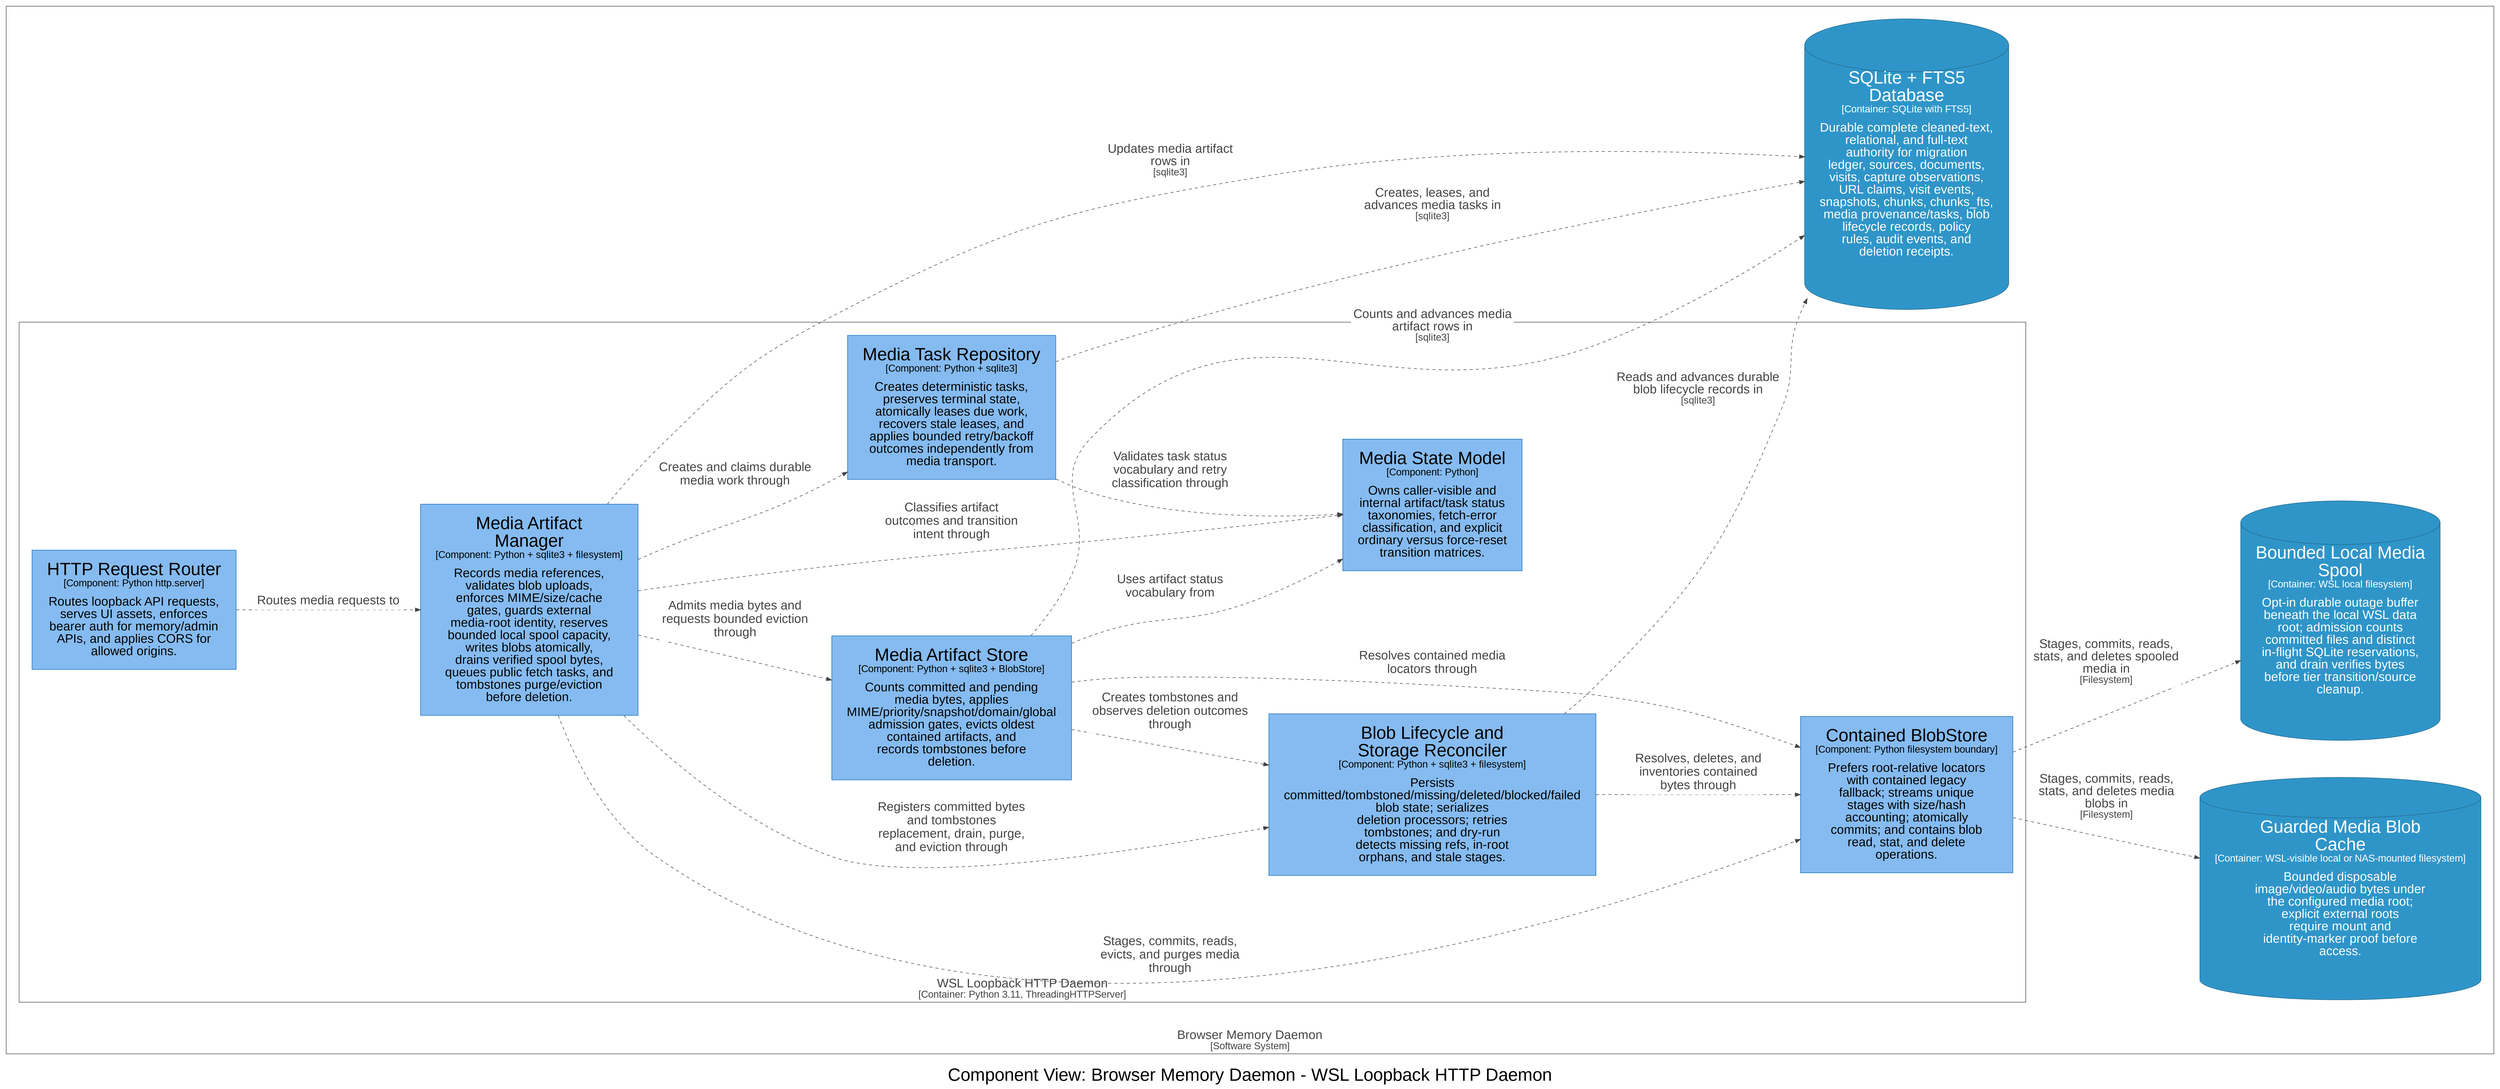
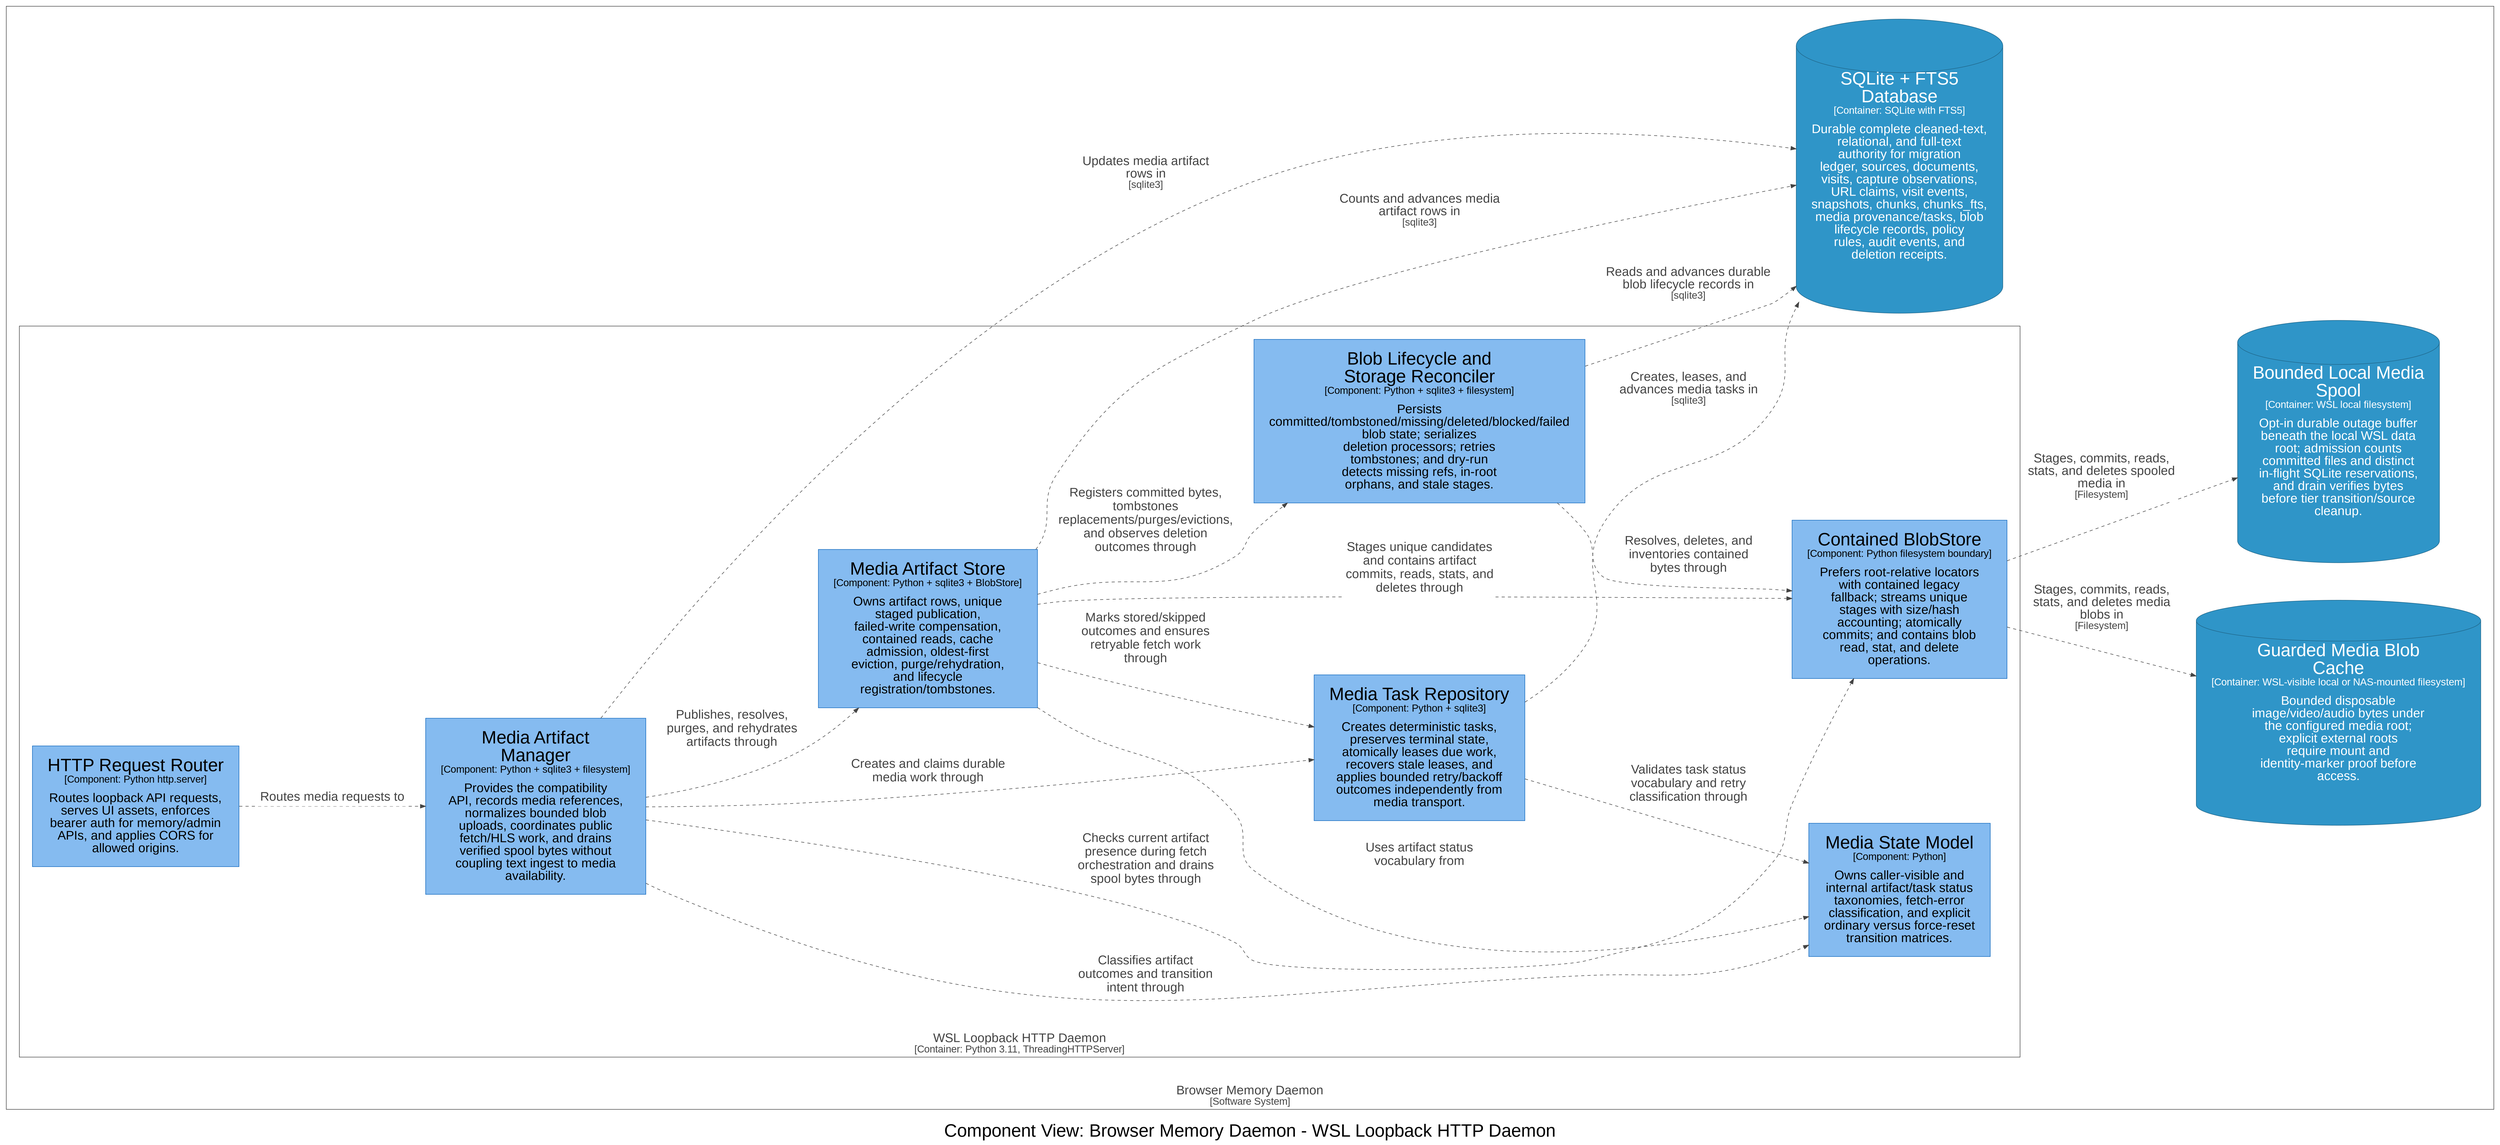
digraph {
  compound=true
  graph [fontname="Arial", rankdir=LR, ranksep=1.0, nodesep=1.0]
  node [fontname="Arial", shape=box, margin="0.4,0.3"]
  edge [fontname="Arial"]
  label=<<br /><font point-size="34">Component View: Browser Memory Daemon - WSL Loopback HTTP Daemon</font>>

  subgraph cluster_4 {
    margin=25
    label=<<font point-size="24"><br />Browser Memory Daemon</font><br /><font point-size="19">[Software System]</font>>
    labelloc=b
    color="#444444"
    fontcolor="#444444"
    fillcolor="#444444"

    subgraph cluster_14 {
      margin=25
      label=<<font point-size="24"><br />WSL Loopback HTTP Daemon</font><br /><font point-size="19">[Container: Python 3.11, ThreadingHTTPServer]</font>>
      labelloc=b
      color="#444444"
      fontcolor="#444444"
      fillcolor="#444444"

      15 [id=15,shape=rect, label=<<font point-size="34">HTTP Request Router</font><br /><font point-size="19">[Component: Python http.server]</font><br /><br /><font point-size="24">Routes loopback API requests,<br />serves UI assets, enforces<br />bearer auth for memory/admin<br />APIs, and applies CORS for<br />allowed origins.</font>>, style=filled, color="#1168bd", fillcolor="#85bbf0", fontcolor="#000000"]
-       21 [id=21,shape=rect, label=<<font point-size="34">Media Artifact<br />Manager</font><br /><font point-size="19">[Component: Python + sqlite3 + filesystem]</font><br /><br /><font point-size="24">Records media references,<br />validates blob uploads,<br />enforces MIME/size/cache<br />gates, guards external<br />media-root identity, reserves<br />bounded local spool capacity,<br />writes blobs atomically,<br />drains verified spool bytes,<br />queues public fetch tasks, and<br />tombstones purge/eviction<br />before deletion.</font>>, style=filled, color="#1168bd", fillcolor="#85bbf0", fontcolor="#000000"]
+       21 [id=21,shape=rect, label=<<font point-size="34">Media Artifact<br />Manager</font><br /><font point-size="19">[Component: Python + sqlite3 + filesystem]</font><br /><br /><font point-size="24">Provides the compatibility<br />API, records media references,<br />normalizes bounded blob<br />uploads, coordinates public<br />fetch/HLS work, and drains<br />verified spool bytes without<br />coupling text ingest to media<br />availability.</font>>, style=filled, color="#1168bd", fillcolor="#85bbf0", fontcolor="#000000"]
      22 [id=22,shape=rect, label=<<font point-size="34">Media State Model</font><br /><font point-size="19">[Component: Python]</font><br /><br /><font point-size="24">Owns caller-visible and<br />internal artifact/task status<br />taxonomies, fetch-error<br />classification, and explicit<br />ordinary versus force-reset<br />transition matrices.</font>>, style=filled, color="#1168bd", fillcolor="#85bbf0", fontcolor="#000000"]
      23 [id=23,shape=rect, label=<<font point-size="34">Media Task Repository</font><br /><font point-size="19">[Component: Python + sqlite3]</font><br /><br /><font point-size="24">Creates deterministic tasks,<br />preserves terminal state,<br />atomically leases due work,<br />recovers stale leases, and<br />applies bounded retry/backoff<br />outcomes independently from<br />media transport.</font>>, style=filled, color="#1168bd", fillcolor="#85bbf0", fontcolor="#000000"]
-       24 [id=24,shape=rect, label=<<font point-size="34">Media Artifact Store</font><br /><font point-size="19">[Component: Python + sqlite3 + BlobStore]</font><br /><br /><font point-size="24">Counts committed and pending<br />media bytes, applies<br />MIME/priority/snapshot/domain/global<br />admission gates, evicts oldest<br />contained artifacts, and<br />records tombstones before<br />deletion.</font>>, style=filled, color="#1168bd", fillcolor="#85bbf0", fontcolor="#000000"]
+       24 [id=24,shape=rect, label=<<font point-size="34">Media Artifact Store</font><br /><font point-size="19">[Component: Python + sqlite3 + BlobStore]</font><br /><br /><font point-size="24">Owns artifact rows, unique<br />staged publication,<br />failed-write compensation,<br />contained reads, cache<br />admission, oldest-first<br />eviction, purge/rehydration,<br />and lifecycle<br />registration/tombstones.</font>>, style=filled, color="#1168bd", fillcolor="#85bbf0", fontcolor="#000000"]
      25 [id=25,shape=rect, label=<<font point-size="34">Contained BlobStore</font><br /><font point-size="19">[Component: Python filesystem boundary]</font><br /><br /><font point-size="24">Prefers root-relative locators<br />with contained legacy<br />fallback; streams unique<br />stages with size/hash<br />accounting; atomically<br />commits; and contains blob<br />read, stat, and delete<br />operations.</font>>, style=filled, color="#1168bd", fillcolor="#85bbf0", fontcolor="#000000"]
      26 [id=26,shape=rect, label=<<font point-size="34">Blob Lifecycle and<br />Storage Reconciler</font><br /><font point-size="19">[Component: Python + sqlite3 + filesystem]</font><br /><br /><font point-size="24">Persists<br />committed/tombstoned/missing/deleted/blocked/failed<br />blob state; serializes<br />deletion processors; retries<br />tombstones; and dry-run<br />detects missing refs, in-root<br />orphans, and stale stages.</font>>, style=filled, color="#1168bd", fillcolor="#85bbf0", fontcolor="#000000"]
    }

    34 [id=34,shape=cylinder, label=<<font point-size="34">SQLite + FTS5<br />Database</font><br /><font point-size="19">[Container: SQLite with FTS5]</font><br /><br /><font point-size="24">Durable complete cleaned-text,<br />relational, and full-text<br />authority for migration<br />ledger, sources, documents,<br />visits, capture observations,<br />URL claims, visit events,<br />snapshots, chunks, chunks_fts,<br />media provenance/tasks, blob<br />lifecycle records, policy<br />rules, audit events, and<br />deletion receipts.</font>>, style=filled, color="#20688c", fillcolor="#2f95c8", fontcolor="#ffffff"]
    36 [id=36,shape=cylinder, label=<<font point-size="34">Guarded Media Blob<br />Cache</font><br /><font point-size="19">[Container: WSL-visible local or NAS-mounted filesystem]</font><br /><br /><font point-size="24">Bounded disposable<br />image/video/audio bytes under<br />the configured media root;<br />explicit external roots<br />require mount and<br />identity-marker proof before<br />access.</font>>, style=filled, color="#20688c", fillcolor="#2f95c8", fontcolor="#ffffff"]
    37 [id=37,shape=cylinder, label=<<font point-size="34">Bounded Local Media<br />Spool</font><br /><font point-size="19">[Container: WSL local filesystem]</font><br /><br /><font point-size="24">Opt-in durable outage buffer<br />beneath the local WSL data<br />root; admission counts<br />committed files and distinct<br />in-flight SQLite reservations,<br />and drain verifies bytes<br />before tier transition/source<br />cleanup.</font>>, style=filled, color="#20688c", fillcolor="#2f95c8", fontcolor="#ffffff"]
  }

-   24 -> 26 [id=100, label=<<TABLE BORDER="0" CELLBORDER="0" CELLSPACING="0" CELLPADDING="4" BGCOLOR="white"><TR><TD><font point-size="24">Creates tombstones and<br />observes deletion outcomes<br />through</font></TD></TR></TABLE>>, style="dashed", color="#444444", fontcolor="#444444"]
-   21 -> 25 [id=101, label=<<TABLE BORDER="0" CELLBORDER="0" CELLSPACING="0" CELLPADDING="4" BGCOLOR="white"><TR><TD><font point-size="24">Stages, commits, reads,<br />evicts, and purges media<br />through</font></TD></TR></TABLE>>, style="dashed", color="#444444", fontcolor="#444444"]
-   21 -> 26 [id=102, label=<<TABLE BORDER="0" CELLBORDER="0" CELLSPACING="0" CELLPADDING="4" BGCOLOR="white"><TR><TD><font point-size="24">Registers committed bytes<br />and tombstones<br />replacement, drain, purge,<br />and eviction through</font></TD></TR></TABLE>>, style="dashed", color="#444444", fontcolor="#444444"]
+   24 -> 25 [id=100, label=<<TABLE BORDER="0" CELLBORDER="0" CELLSPACING="0" CELLPADDING="4" BGCOLOR="white"><TR><TD><font point-size="24">Stages unique candidates<br />and contains artifact<br />commits, reads, stats, and<br />deletes through</font></TD></TR></TABLE>>, style="dashed", color="#444444", fontcolor="#444444"]
+   24 -> 26 [id=101, label=<<TABLE BORDER="0" CELLBORDER="0" CELLSPACING="0" CELLPADDING="4" BGCOLOR="white"><TR><TD><font point-size="24">Registers committed bytes,<br />tombstones<br />replacements/purges/evictions,<br />and observes deletion<br />outcomes through</font></TD></TR></TABLE>>, style="dashed", color="#444444", fontcolor="#444444"]
+   21 -> 25 [id=102, label=<<TABLE BORDER="0" CELLBORDER="0" CELLSPACING="0" CELLPADDING="4" BGCOLOR="white"><TR><TD><font point-size="24">Checks current artifact<br />presence during fetch<br />orchestration and drains<br />spool bytes through</font></TD></TR></TABLE>>, style="dashed", color="#444444", fontcolor="#444444"]
  26 -> 34 [id=107, label=<<TABLE BORDER="0" CELLBORDER="0" CELLSPACING="0" CELLPADDING="4" BGCOLOR="white"><TR><TD><font point-size="24">Reads and advances durable<br />blob lifecycle records in</font><br /><font point-size="19">[sqlite3]</font></TD></TR></TABLE>>, style="dashed", color="#444444", fontcolor="#444444"]
  26 -> 25 [id=108, label=<<TABLE BORDER="0" CELLBORDER="0" CELLSPACING="0" CELLPADDING="4" BGCOLOR="white"><TR><TD><font point-size="24">Resolves, deletes, and<br />inventories contained<br />bytes through</font></TD></TR></TABLE>>, style="dashed", color="#444444", fontcolor="#444444"]
  25 -> 36 [id=110, label=<<TABLE BORDER="0" CELLBORDER="0" CELLSPACING="0" CELLPADDING="4" BGCOLOR="white"><TR><TD><font point-size="24">Stages, commits, reads,<br />stats, and deletes media<br />blobs in</font><br /><font point-size="19">[Filesystem]</font></TD></TR></TABLE>>, style="dashed", color="#444444", fontcolor="#444444"]
  25 -> 37 [id=111, label=<<TABLE BORDER="0" CELLBORDER="0" CELLSPACING="0" CELLPADDING="4" BGCOLOR="white"><TR><TD><font point-size="24">Stages, commits, reads,<br />stats, and deletes spooled<br />media in</font><br /><font point-size="19">[Filesystem]</font></TD></TR></TABLE>>, style="dashed", color="#444444", fontcolor="#444444"]
  15 -> 21 [id=83, label=<<TABLE BORDER="0" CELLBORDER="0" CELLSPACING="0" CELLPADDING="4" BGCOLOR="white"><TR><TD><font point-size="24">Routes media requests to</font></TD></TR></TABLE>>, style="dashed", color="#444444", fontcolor="#444444"]
  21 -> 22 [id=91, label=<<TABLE BORDER="0" CELLBORDER="0" CELLSPACING="0" CELLPADDING="4" BGCOLOR="white"><TR><TD><font point-size="24">Classifies artifact<br />outcomes and transition<br />intent through</font></TD></TR></TABLE>>, style="dashed", color="#444444", fontcolor="#444444"]
  21 -> 23 [id=92, label=<<TABLE BORDER="0" CELLBORDER="0" CELLSPACING="0" CELLPADDING="4" BGCOLOR="white"><TR><TD><font point-size="24">Creates and claims durable<br />media work through</font></TD></TR></TABLE>>, style="dashed", color="#444444", fontcolor="#444444"]
-   21 -> 24 [id=93, label=<<TABLE BORDER="0" CELLBORDER="0" CELLSPACING="0" CELLPADDING="4" BGCOLOR="white"><TR><TD><font point-size="24">Admits media bytes and<br />requests bounded eviction<br />through</font></TD></TR></TABLE>>, style="dashed", color="#444444", fontcolor="#444444"]
+   21 -> 24 [id=93, label=<<TABLE BORDER="0" CELLBORDER="0" CELLSPACING="0" CELLPADDING="4" BGCOLOR="white"><TR><TD><font point-size="24">Publishes, resolves,<br />purges, and rehydrates<br />artifacts through</font></TD></TR></TABLE>>, style="dashed", color="#444444", fontcolor="#444444"]
  21 -> 34 [id=94, label=<<TABLE BORDER="0" CELLBORDER="0" CELLSPACING="0" CELLPADDING="4" BGCOLOR="white"><TR><TD><font point-size="24">Updates media artifact<br />rows in</font><br /><font point-size="19">[sqlite3]</font></TD></TR></TABLE>>, style="dashed", color="#444444", fontcolor="#444444"]
  23 -> 22 [id=95, label=<<TABLE BORDER="0" CELLBORDER="0" CELLSPACING="0" CELLPADDING="4" BGCOLOR="white"><TR><TD><font point-size="24">Validates task status<br />vocabulary and retry<br />classification through</font></TD></TR></TABLE>>, style="dashed", color="#444444", fontcolor="#444444"]
  23 -> 34 [id=96, label=<<TABLE BORDER="0" CELLBORDER="0" CELLSPACING="0" CELLPADDING="4" BGCOLOR="white"><TR><TD><font point-size="24">Creates, leases, and<br />advances media tasks in</font><br /><font point-size="19">[sqlite3]</font></TD></TR></TABLE>>, style="dashed", color="#444444", fontcolor="#444444"]
  24 -> 22 [id=97, label=<<TABLE BORDER="0" CELLBORDER="0" CELLSPACING="0" CELLPADDING="4" BGCOLOR="white"><TR><TD><font point-size="24">Uses artifact status<br />vocabulary from</font></TD></TR></TABLE>>, style="dashed", color="#444444", fontcolor="#444444"]
-   24 -> 34 [id=98, label=<<TABLE BORDER="0" CELLBORDER="0" CELLSPACING="0" CELLPADDING="4" BGCOLOR="white"><TR><TD><font point-size="24">Counts and advances media<br />artifact rows in</font><br /><font point-size="19">[sqlite3]</font></TD></TR></TABLE>>, style="dashed", color="#444444", fontcolor="#444444"]
-   24 -> 25 [id=99, label=<<TABLE BORDER="0" CELLBORDER="0" CELLSPACING="0" CELLPADDING="4" BGCOLOR="white"><TR><TD><font point-size="24">Resolves contained media<br />locators through</font></TD></TR></TABLE>>, style="dashed", color="#444444", fontcolor="#444444"]
+   24 -> 23 [id=98, label=<<TABLE BORDER="0" CELLBORDER="0" CELLSPACING="0" CELLPADDING="4" BGCOLOR="white"><TR><TD><font point-size="24">Marks stored/skipped<br />outcomes and ensures<br />retryable fetch work<br />through</font></TD></TR></TABLE>>, style="dashed", color="#444444", fontcolor="#444444"]
+   24 -> 34 [id=99, label=<<TABLE BORDER="0" CELLBORDER="0" CELLSPACING="0" CELLPADDING="4" BGCOLOR="white"><TR><TD><font point-size="24">Counts and advances media<br />artifact rows in</font><br /><font point-size="19">[sqlite3]</font></TD></TR></TABLE>>, style="dashed", color="#444444", fontcolor="#444444"]

}